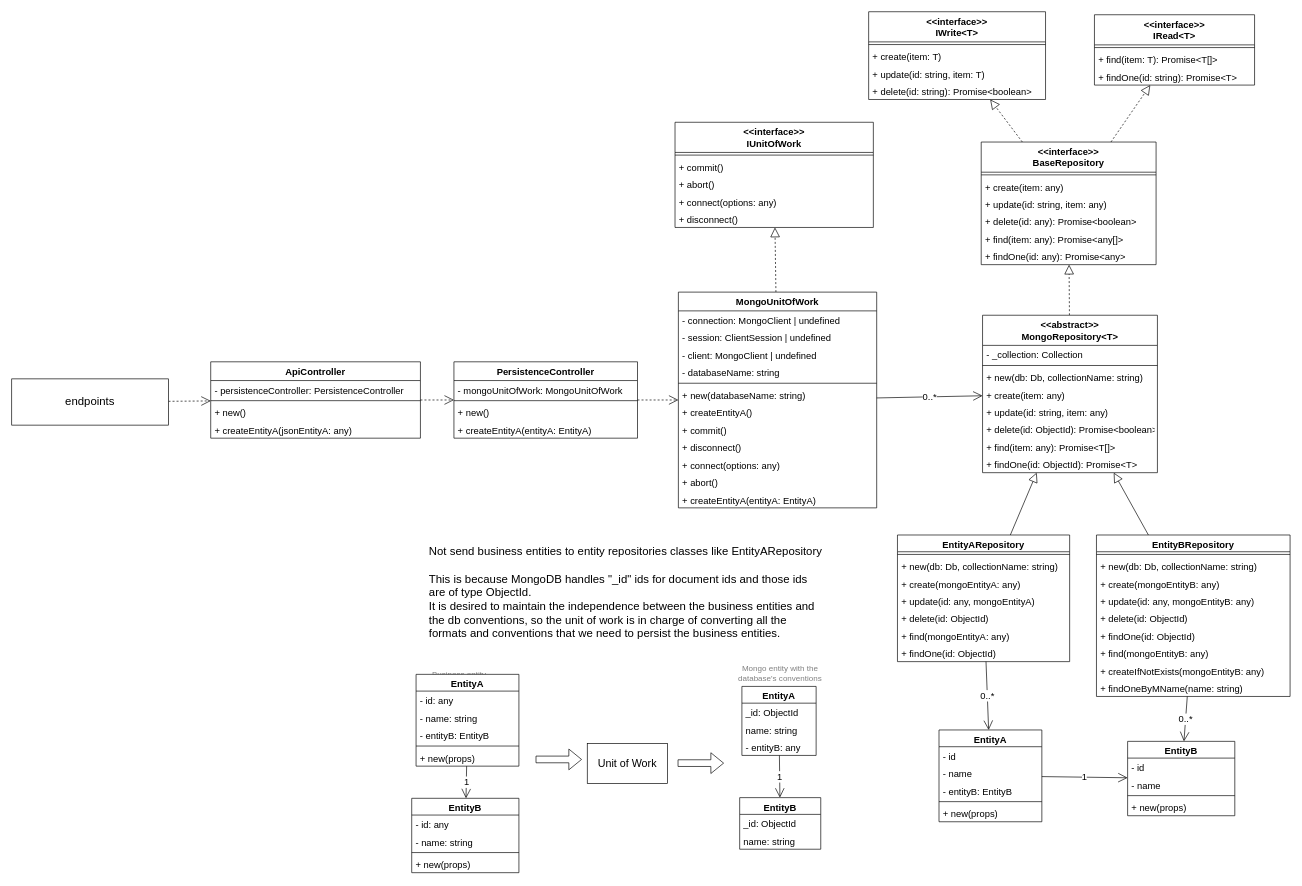
JCaeta/template-node-api-server keeps this draw.io diagram as docs/persistence.drawio. Above is the earlier version. Source tidied: cells renumbered, new cells numbered last; positions are measured from the earlier drawing's top-left corner, leaving out a move shared by most shapes. Both pictures are drawn from the tidied source at 67%, with x=0, y=0 at pixel (11, 11).
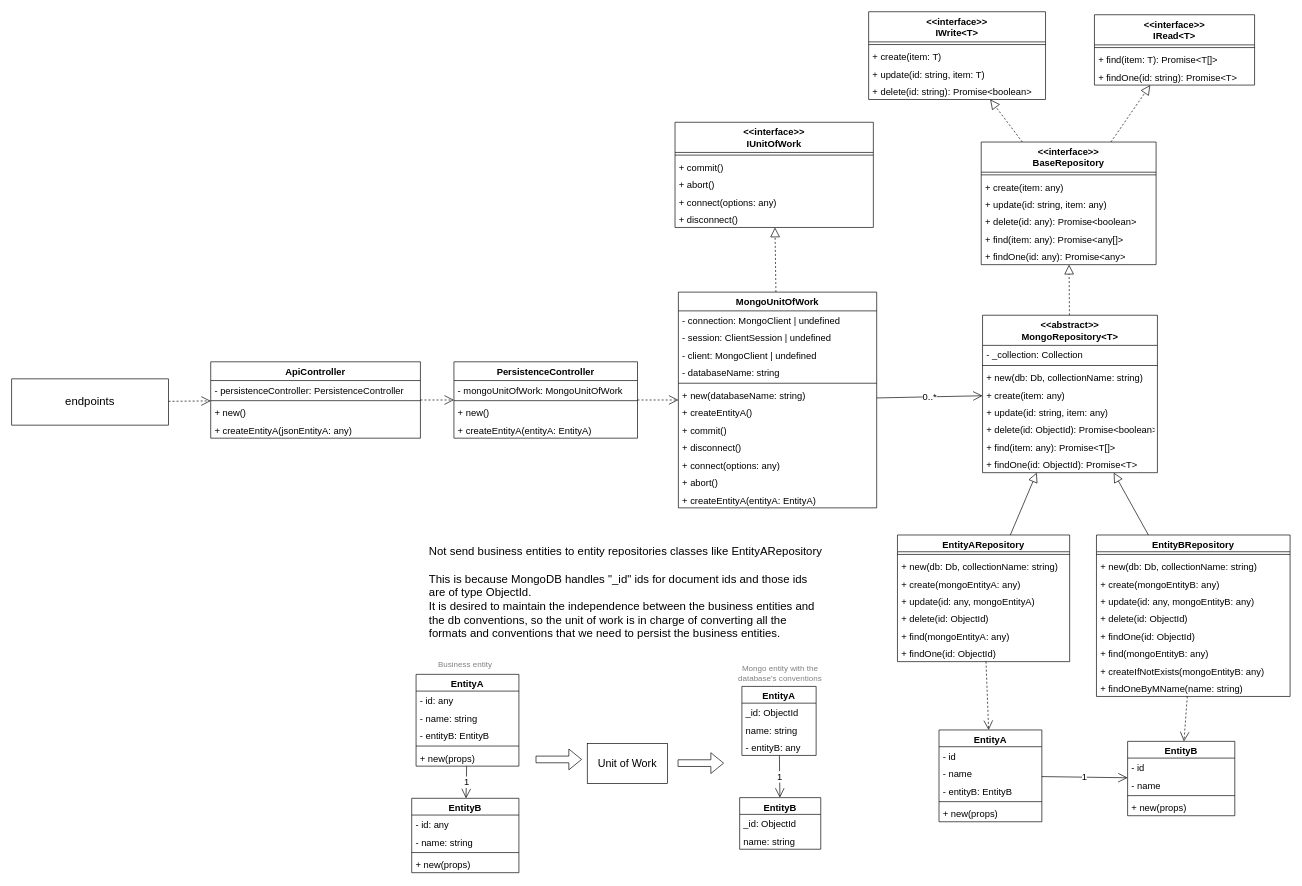
The same page after the edit.

The change refers to these unchanged cells:
```xml
<mxCell id="2" value="EntityB" style="swimlane;fontStyle=1;align=center;verticalAlign=top;horizontal=1;startSize=25;fontSize=14;" parent="1" vertex="1">
  <mxGeometry x="1665.5" y="1089" width="160" height="111" as="geometry" />
</mxCell>
<mxCell id="27" value="EntityBRepository" style="swimlane;fontStyle=1;align=center;verticalAlign=top;horizontal=1;startSize=25;fontSize=14;" parent="1" vertex="1">
  <mxGeometry x="1619" y="781" width="289" height="241" as="geometry" />
</mxCell>
<mxCell id="39" value="EntityARepository" style="swimlane;fontStyle=1;align=center;verticalAlign=top;horizontal=1;startSize=25;fontSize=14;" parent="1" vertex="1">
  <mxGeometry x="1322" y="781" width="257" height="189" as="geometry" />
</mxCell>
<mxCell id="48" value="EntityA" style="swimlane;fontStyle=1;align=center;verticalAlign=top;horizontal=1;startSize=25;fontSize=14;" parent="1" vertex="1">
  <mxGeometry x="1384" y="1072" width="153.5" height="137" as="geometry" />
</mxCell>
```

The edit, as a diff of the source:
```diff
@@
-    <mxCell id="26" value="0..*" style="edgeStyle=none;rounded=0;jettySize=auto;html=1;fontSize=14;endArrow=open;endFill=0;endSize=12;" parent="1" edge="1" source="27" target="2">
+    <mxCell id="26" style="edgeStyle=none;rounded=0;jettySize=auto;html=1;fontSize=14;endArrow=open;endFill=0;endSize=12;dashed=1;" parent="1" edge="1" source="27" target="2">
       <mxGeometry relative="1" as="geometry" />
     </mxCell>
@@
-    <mxCell id="38" value="0..*" style="edgeStyle=none;rounded=0;jettySize=auto;html=1;fontSize=14;endArrow=open;endFill=0;endSize=12;" parent="1" edge="1" source="39" target="48">
+    <mxCell id="38" style="edgeStyle=none;rounded=0;jettySize=auto;html=1;fontSize=14;endArrow=open;endFill=0;endSize=12;dashed=1;" parent="1" edge="1" source="39" target="48">
       <mxGeometry relative="1" as="geometry" />
     </mxCell>
@@
     <mxCell id="104" value="Business entity" style="text;html=1;strokeColor=none;fillColor=none;align=center;verticalAlign=middle;whiteSpace=wrap;rounded=0;fontSize=12;fontColor=#808080;" parent="1" vertex="1">
-      <mxGeometry x="621" y="977" width="94" height="24" as="geometry" />
+      <mxGeometry x="630" y="962" width="94" height="24" as="geometry" />
     </mxCell>
```
